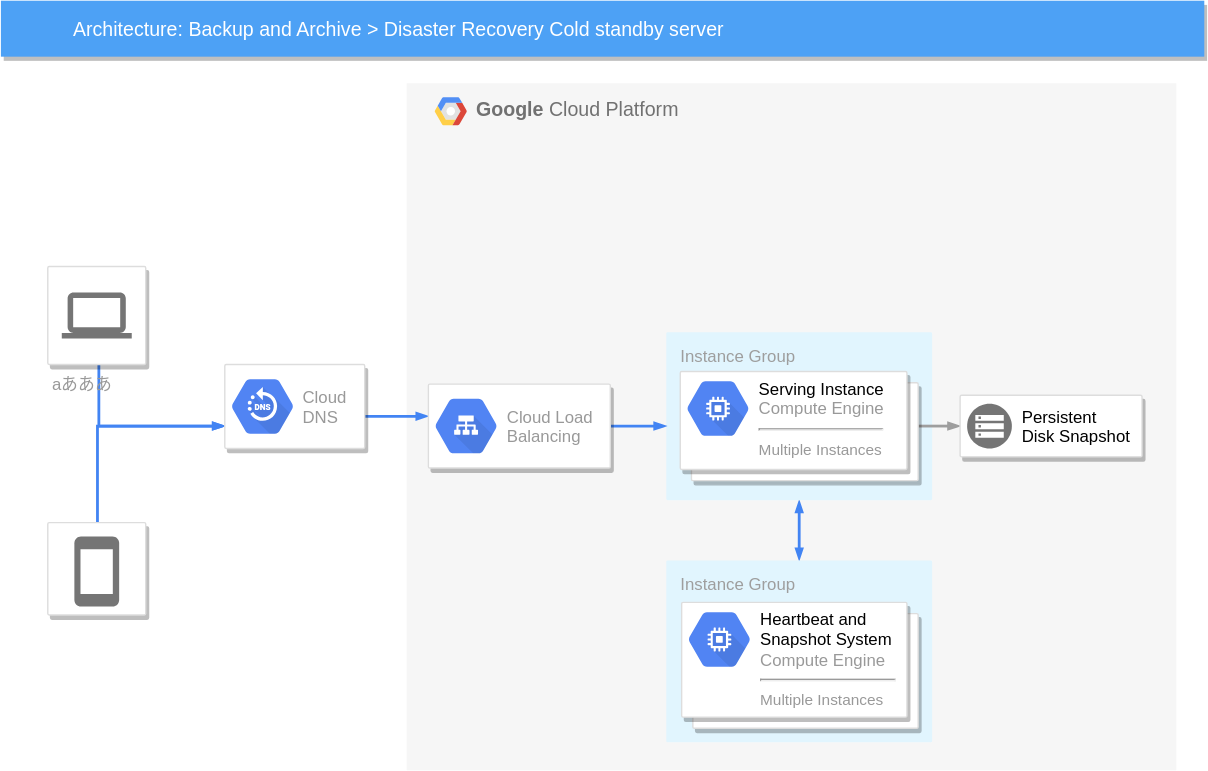
Before: gcpDemo.svg, a diagram exported from draw.io (t-sato-truedata/patchwork). Source tidied: cells renumbered, new cells last; positions are measured from the earlier drawing's top-left corner, leaving out a move shared by most shapes.
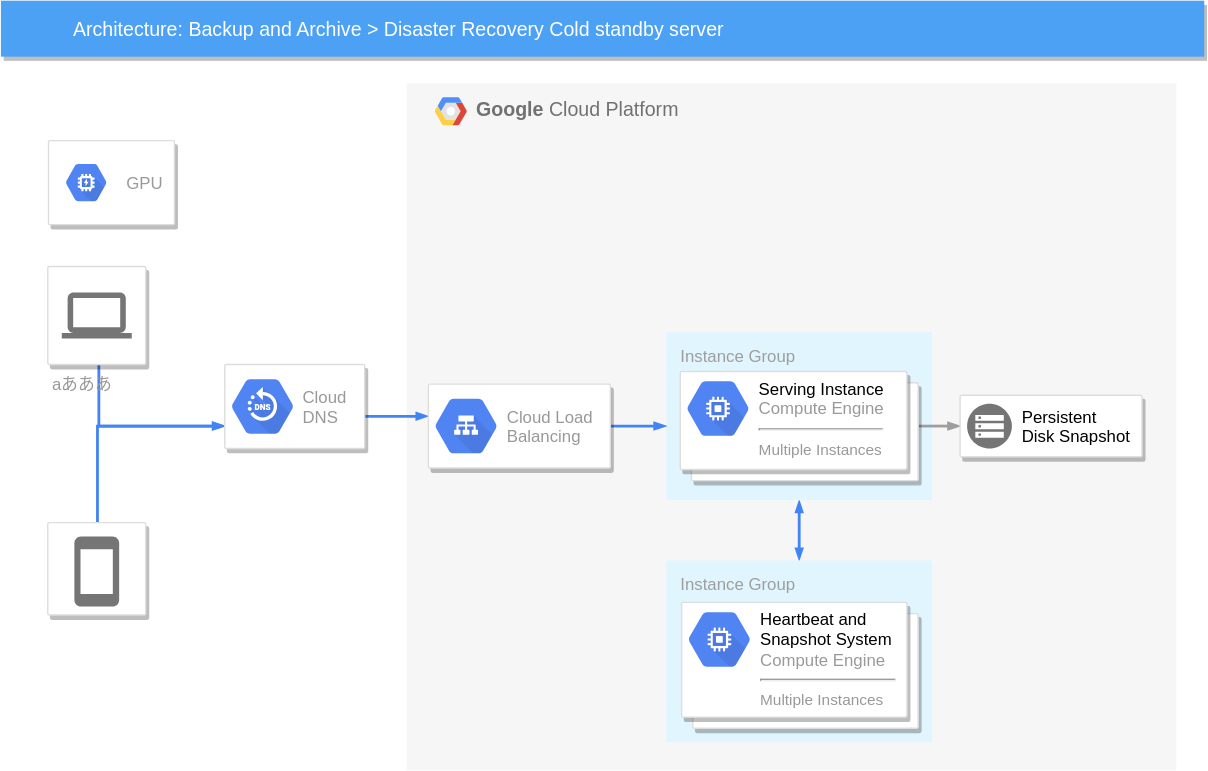
After the commit.

The edit, as a diff of the source:
```diff
@@ -101,5 +101,13 @@
         <mxPoint x="5" y="-16" as="offset" />
       </mxGeometry>
     </mxCell>
+    <mxCell id="27" style="strokeColor=#dddddd;fillColor=#ffffff;shadow=1;strokeWidth=1;rounded=1;absoluteArcSize=1;arcSize=2;align=left;" parent="1" vertex="1">
+      <mxGeometry x="34" y="100" width="90" height="60" as="geometry" />
+    </mxCell>
+    <mxCell id="28" value="GPU" style="dashed=0;html=1;fillColor=#5184F3;strokeColor=none;shape=mxgraph.gcp2.hexIcon;prIcon=gpu;labelPosition=right;verticalLabelPosition=middle;align=left;verticalAlign=middle;spacingLeft=5;fontColor=#999999;fontSize=12;" parent="27" vertex="1">
+      <mxGeometry y="0.5" width="44" height="39" relative="1" as="geometry">
+        <mxPoint x="5" y="-19.5" as="offset" />
+      </mxGeometry>
+    </mxCell>
   </root>
 </mxGraphModel>
```
